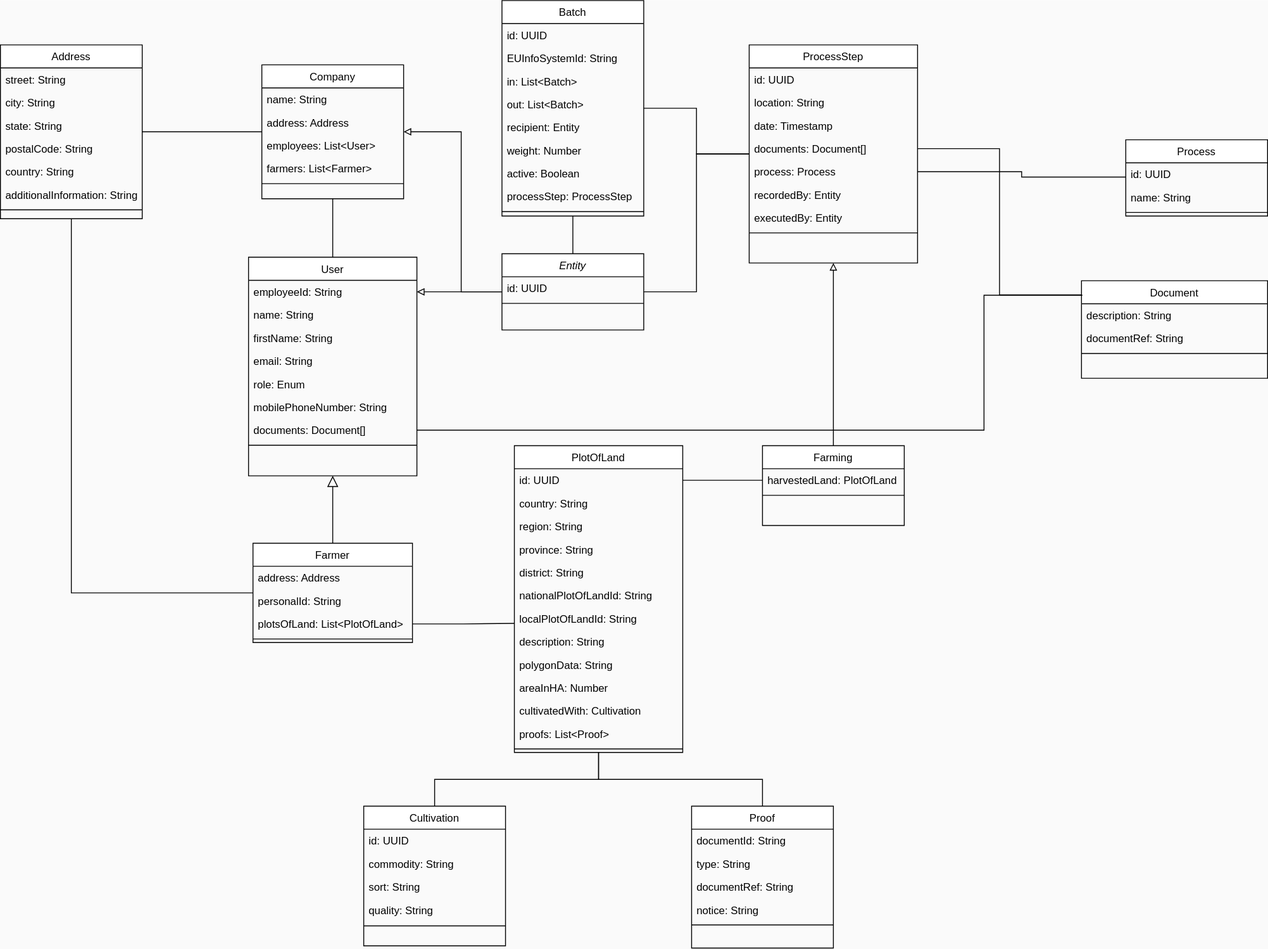
This is documentation/images/05_fg_entity_uml.svg from fraunhofer-iml/forestguard, a draw.io export, as it was before one commit. Source tidied: cells renumbered, new cells last; positions are measured from the earlier drawing's top-left corner, leaving out a move shared by most shapes.
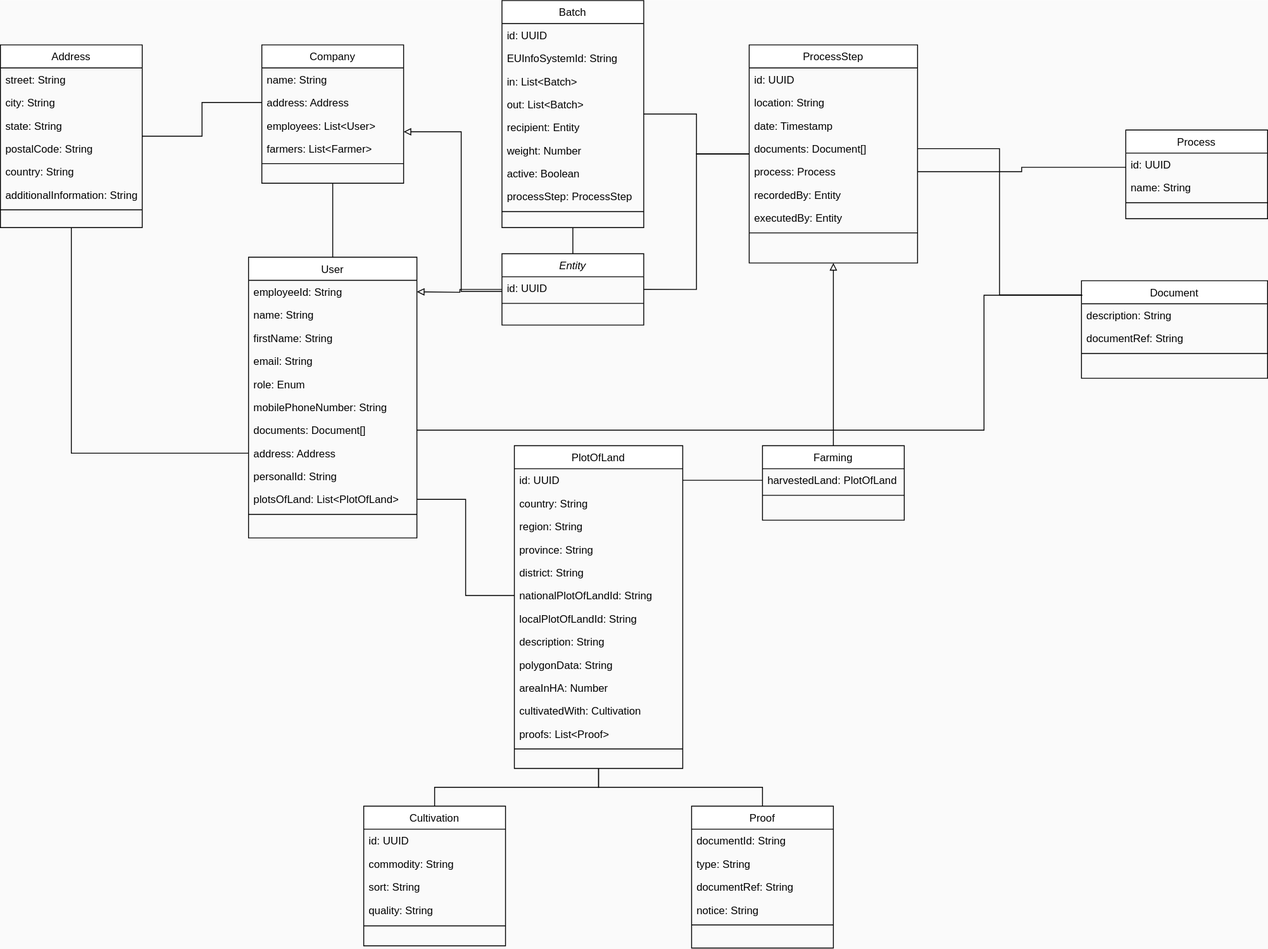
The same file after the commit.

Commit message:
documentation(runtime-view): Add Update-User-endpoint

Closes FOR-513

Diff of the diagram source:
```diff
@@ -2,11 +2,8 @@
   <root>
     <mxCell id="0" />
     <mxCell id="1" parent="0" />
-    <mxCell id="2" style="edgeStyle=orthogonalEdgeStyle;rounded=0;jettySize=auto;html=1;endArrow=none;endFill=0;fontStyle=0;" parent="1" edge="1" source="13" target="19">
-      <mxGeometry relative="1" as="geometry" />
-    </mxCell>
     <mxCell id="3" value="User" style="swimlane;fontStyle=0;align=center;verticalAlign=top;horizontal=1;startSize=26;rounded=0;shadow=0;strokeWidth=1;" parent="1" vertex="1">
-      <mxGeometry x="280" y="289.5" width="190" height="246.5" as="geometry" />
+      <mxGeometry x="280" y="289.5" width="190" height="316.5" as="geometry" />
     </mxCell>
     <mxCell id="4" value="employeeId: String" style="text;align=left;verticalAlign=top;spacingLeft=4;spacingRight=4;overflow=hidden;rounded=0;shadow=0;html=0;fontStyle=0;" parent="3" vertex="1">
       <mxGeometry y="26" width="190" height="26" as="geometry" />
@@ -29,32 +26,20 @@
     <mxCell id="10" value="documents: Document[]" style="text;align=left;verticalAlign=top;spacingLeft=4;spacingRight=4;overflow=hidden;points=[[0,0.5],[1,0.5]];portConstraint=eastwest;rounded=0;shadow=0;html=0;fontStyle=0;" parent="3" vertex="1">
       <mxGeometry y="182" width="190" height="26" as="geometry" />
     </mxCell>
-    <mxCell id="11" style="line;html=1;strokeWidth=1;align=left;verticalAlign=middle;spacingTop=-1;spacingLeft=3;spacingRight=3;labelPosition=right;fontStyle=0;" parent="3" vertex="1">
-      <mxGeometry y="208" width="190" height="8" as="geometry" />
-    </mxCell>
-    <mxCell id="12" style="rounded=0;jettySize=auto;html=1;entryX=-0.002;entryY=0.706;entryDx=0;entryDy=0;endArrow=none;endFill=0;entryPerimeter=0;exitX=1;exitY=0.5;exitDx=0;exitDy=0;edgeStyle=orthogonalEdgeStyle;fontStyle=0;" parent="1" edge="1" source="16" target="41">
-      <mxGeometry relative="1" as="geometry" />
-    </mxCell>
-    <mxCell id="13" value="Farmer" style="swimlane;fontStyle=0;align=center;verticalAlign=top;horizontal=1;startSize=26;rounded=0;shadow=0;strokeWidth=1;" parent="1" vertex="1">
-      <mxGeometry x="285" y="612" width="180" height="112" as="geometry" />
-    </mxCell>
-    <mxCell id="14" value="address: Address" style="text;align=left;verticalAlign=top;spacingLeft=4;spacingRight=4;overflow=hidden;points=[[0,0.5],[1,0.5]];portConstraint=eastwest;rounded=0;shadow=0;html=0;fontStyle=0;" parent="13" vertex="1">
-      <mxGeometry y="26" width="180" height="26" as="geometry" />
+    <mxCell id="14" value="address: Address" style="text;align=left;verticalAlign=top;spacingLeft=4;spacingRight=4;overflow=hidden;points=[[0,0.5],[1,0.5]];portConstraint=eastwest;rounded=0;shadow=0;html=0;fontStyle=0;" parent="3" vertex="1">
+      <mxGeometry y="208" width="190" height="26" as="geometry" />
     </mxCell>
-    <mxCell id="15" value="personalId: String" style="text;align=left;verticalAlign=top;spacingLeft=4;spacingRight=4;overflow=hidden;rounded=0;shadow=0;html=0;fontStyle=0;" parent="13" vertex="1">
-      <mxGeometry y="52" width="180" height="26" as="geometry" />
+    <mxCell id="15" value="personalId: String" style="text;align=left;verticalAlign=top;spacingLeft=4;spacingRight=4;overflow=hidden;rounded=0;shadow=0;html=0;fontStyle=0;" parent="3" vertex="1">
+      <mxGeometry y="234" width="190" height="26" as="geometry" />
     </mxCell>
-    <mxCell id="16" value="plotsOfLand: List&lt;PlotOfLand&gt;" style="text;align=left;verticalAlign=top;spacingLeft=4;spacingRight=4;overflow=hidden;points=[[0,0.5],[1,0.5]];portConstraint=eastwest;fontStyle=0;" parent="13" vertex="1">
-      <mxGeometry y="78" width="180" height="26" as="geometry" />
+    <mxCell id="16" value="plotsOfLand: List&lt;PlotOfLand&gt;" style="text;align=left;verticalAlign=top;spacingLeft=4;spacingRight=4;overflow=hidden;points=[[0,0.5],[1,0.5]];portConstraint=eastwest;rounded=0;shadow=0;html=0;fontStyle=0;" parent="3" vertex="1">
+      <mxGeometry y="260" width="190" height="26" as="geometry" />
     </mxCell>
-    <mxCell id="17" style="line;html=1;strokeWidth=1;align=left;verticalAlign=middle;spacingTop=-1;spacingLeft=3;spacingRight=3;labelPosition=right;fontStyle=0;" parent="13" vertex="1">
-      <mxGeometry y="104" width="180" height="8" as="geometry" />
-    </mxCell>
-    <mxCell id="18" style="endArrow=block;endSize=10;endFill=0;shadow=0;strokeWidth=1;rounded=0;curved=0;edgeStyle=elbowEdgeStyle;elbow=vertical;fontStyle=0;" parent="1" edge="1" source="13" target="3">
-      <mxGeometry relative="1" as="geometry" />
-    </mxCell>
+    <mxCell id="11" style="line;html=1;strokeWidth=1;align=left;verticalAlign=middle;spacingTop=-1;spacingLeft=3;spacingRight=3;labelPosition=right;fontStyle=0;" parent="3" vertex="1">
+      <mxGeometry y="286" width="190" height="8" as="geometry" />
+    </mxCell>
     <mxCell id="19" value="Address" style="swimlane;fontStyle=0;align=center;verticalAlign=top;horizontal=1;startSize=26;rounded=0;shadow=0;strokeWidth=1;" parent="1" vertex="1">
-      <mxGeometry y="50" width="160" height="196" as="geometry" />
+      <mxGeometry y="50" width="160" height="206" as="geometry" />
     </mxCell>
     <mxCell id="20" value="street: String" style="text;align=left;verticalAlign=top;spacingLeft=4;spacingRight=4;overflow=hidden;fontStyle=0;" parent="19" vertex="1">
       <mxGeometry y="26" width="160" height="26" as="geometry" />
@@ -81,7 +66,7 @@
       <mxGeometry relative="1" as="geometry" />
     </mxCell>
     <mxCell id="28" value="Company" style="swimlane;fontStyle=0;align=center;verticalAlign=top;horizontal=1;startSize=26;rounded=0;shadow=0;strokeWidth=1;" parent="1" vertex="1">
-      <mxGeometry x="295" y="72.5" width="160" height="151" as="geometry" />
+      <mxGeometry x="295" y="50" width="160" height="156" as="geometry" />
     </mxCell>
     <mxCell id="29" value="name: String" style="text;align=left;verticalAlign=top;spacingLeft=4;spacingRight=4;overflow=hidden;rounded=0;shadow=0;html=0;fontStyle=0;" parent="28" vertex="1">
       <mxGeometry y="26" width="160" height="26" as="geometry" />
@@ -99,7 +84,7 @@
       <mxGeometry y="130" width="160" height="8" as="geometry" />
     </mxCell>
     <mxCell id="34" value="PlotOfLand" style="swimlane;fontStyle=0;align=center;verticalAlign=top;horizontal=1;startSize=26;rounded=0;shadow=0;strokeWidth=1;" parent="1" vertex="1">
-      <mxGeometry x="580" y="502" width="190" height="346" as="geometry" />
+      <mxGeometry x="580" y="502" width="190" height="364" as="geometry" />
     </mxCell>
     <mxCell id="35" value="id: UUID" style="text;align=left;verticalAlign=top;spacingLeft=4;spacingRight=4;overflow=hidden;points=[[0,0.5],[1,0.5]];portConstraint=eastwest;rounded=0;shadow=0;html=0;fontStyle=0;" parent="34" vertex="1">
       <mxGeometry y="26" width="190" height="26" as="geometry" />
@@ -162,7 +147,7 @@
       <mxGeometry y="130" width="160" height="8" as="geometry" />
     </mxCell>
     <mxCell id="55" value="Process" style="swimlane;fontStyle=0;align=center;verticalAlign=top;horizontal=1;startSize=26;rounded=0;shadow=0;strokeWidth=1;" parent="1" vertex="1">
-      <mxGeometry x="1270" y="157" width="160" height="86" as="geometry" />
+      <mxGeometry x="1270" y="146" width="160" height="100" as="geometry" />
     </mxCell>
     <mxCell id="56" value="id: UUID" style="text;align=left;verticalAlign=top;spacingLeft=4;spacingRight=4;overflow=hidden;points=[[0,0.5],[1,0.5]];portConstraint=eastwest;fontStyle=0;" parent="55" vertex="1">
       <mxGeometry y="26" width="160" height="26" as="geometry" />
@@ -185,7 +170,7 @@
       </mxGeometry>
     </mxCell>
     <mxCell id="62" value="Batch" style="swimlane;fontStyle=0;align=center;verticalAlign=top;horizontal=1;startSize=26;rounded=0;shadow=0;strokeWidth=1;" parent="1" vertex="1">
-      <mxGeometry x="566" width="160" height="243" as="geometry" />
+      <mxGeometry x="566" width="160" height="256" as="geometry" />
     </mxCell>
     <mxCell id="63" value="id: UUID" style="text;align=left;verticalAlign=top;spacingLeft=4;spacingRight=4;overflow=hidden;fontStyle=0;" parent="62" vertex="1">
       <mxGeometry y="26" width="160" height="26" as="geometry" />
@@ -221,7 +206,7 @@
       <mxGeometry relative="1" as="geometry" />
     </mxCell>
     <mxCell id="74" value="Farming" style="swimlane;fontStyle=0;align=center;verticalAlign=top;horizontal=1;startSize=26;rounded=0;shadow=0;strokeWidth=1;" parent="1" vertex="1">
-      <mxGeometry x="860" y="502" width="160" height="90" as="geometry" />
+      <mxGeometry x="860" y="502" width="160" height="84" as="geometry" />
     </mxCell>
     <mxCell id="75" value="harvestedLand: PlotOfLand" style="text;align=left;verticalAlign=top;spacingLeft=4;spacingRight=4;overflow=hidden;points=[[0,0.5],[1,0.5]];portConstraint=eastwest;fontStyle=0;" parent="74" vertex="1">
       <mxGeometry y="26" width="160" height="26" as="geometry" />
@@ -229,9 +214,6 @@
     <mxCell id="76" style="line;html=1;strokeWidth=1;align=left;verticalAlign=middle;spacingTop=-1;spacingLeft=3;spacingRight=3;labelPosition=right;fontStyle=0;" parent="74" vertex="1">
       <mxGeometry y="52" width="160" height="8" as="geometry" />
     </mxCell>
-    <mxCell id="77" style="edgeStyle=orthogonalEdgeStyle;rounded=0;jettySize=auto;html=1;endArrow=none;endFill=0;fontStyle=0;" parent="1" edge="1" source="28" target="19">
-      <mxGeometry relative="1" as="geometry" />
-    </mxCell>
     <mxCell id="78" style="edgeStyle=orthogonalEdgeStyle;rounded=0;jettySize=auto;html=1;endArrow=none;endFill=0;entryX=0.001;entryY=0.618;entryDx=0;entryDy=0;entryPerimeter=0;exitX=1;exitY=0.5;exitDx=0;exitDy=0;fontStyle=0;" parent="1" edge="1" source="84" target="56">
       <mxGeometry relative="1" as="geometry" />
     </mxCell>
@@ -295,7 +277,7 @@
       </mxGeometry>
     </mxCell>
     <mxCell id="97" value="Entity" style="swimlane;fontStyle=2;align=center;verticalAlign=top;horizontal=1;startSize=26;rounded=0;shadow=0;strokeWidth=1;" parent="1" vertex="1">
-      <mxGeometry x="566" y="285.5" width="160" height="86" as="geometry" />
+      <mxGeometry x="566" y="285.5" width="160" height="80.5" as="geometry" />
     </mxCell>
     <mxCell id="98" value="id: UUID" style="text;align=left;verticalAlign=top;spacingLeft=4;spacingRight=4;overflow=hidden;fontStyle=0;" parent="97" vertex="1">
       <mxGeometry y="26" width="160" height="26" as="geometry" />
@@ -326,5 +308,14 @@
         </Array>
       </mxGeometry>
     </mxCell>
+    <mxCell id="106" style="edgeStyle=orthogonalEdgeStyle;rounded=0;jettySize=auto;html=1;exitX=0;exitY=0.5;exitDx=0;exitDy=0;entryX=1;entryY=0.5;entryDx=0;entryDy=0;endArrow=none;endFill=0;" parent="1" edge="1" source="40" target="16">
+      <mxGeometry relative="1" as="geometry" />
+    </mxCell>
+    <mxCell id="107" style="edgeStyle=orthogonalEdgeStyle;rounded=0;jettySize=auto;html=1;exitX=0;exitY=0.5;exitDx=0;exitDy=0;endArrow=none;endFill=0;" parent="1" edge="1" source="30" target="19">
+      <mxGeometry relative="1" as="geometry" />
+    </mxCell>
+    <mxCell id="108" style="edgeStyle=orthogonalEdgeStyle;rounded=0;jettySize=auto;html=1;exitX=0;exitY=0.5;exitDx=0;exitDy=0;endArrow=none;endFill=0;" parent="1" edge="1" source="14" target="19">
+      <mxGeometry relative="1" as="geometry" />
+    </mxCell>
   </root>
 </mxGraphModel>
```
